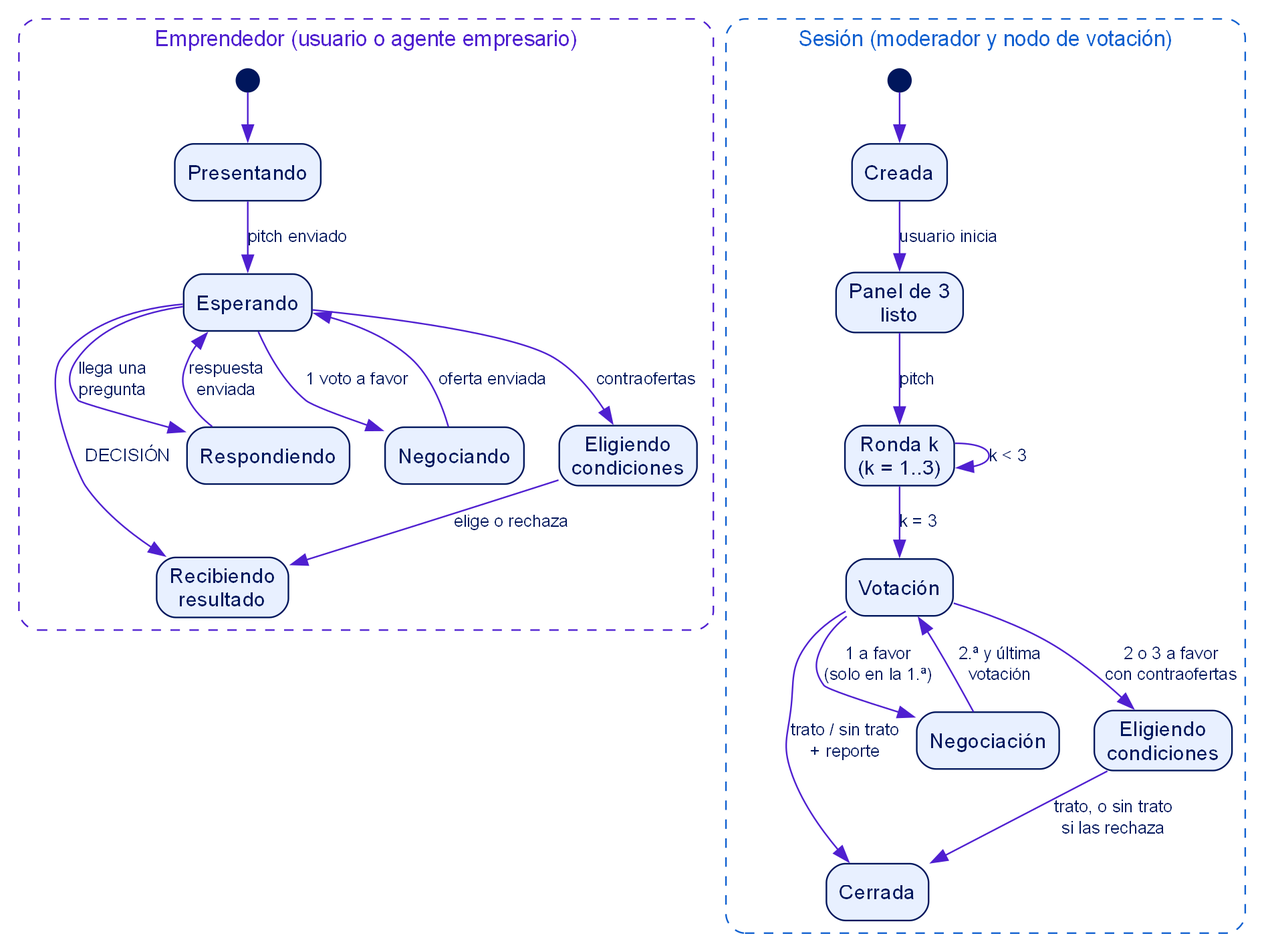
Above: docs/figuras/f08_estados_emprendedor_sesion.png in albertolopezb/NeuralHub (Graphviz), before the change. Its source is kept beside it as docs/figuras/f08_estados_emprendedor_sesion.dot.
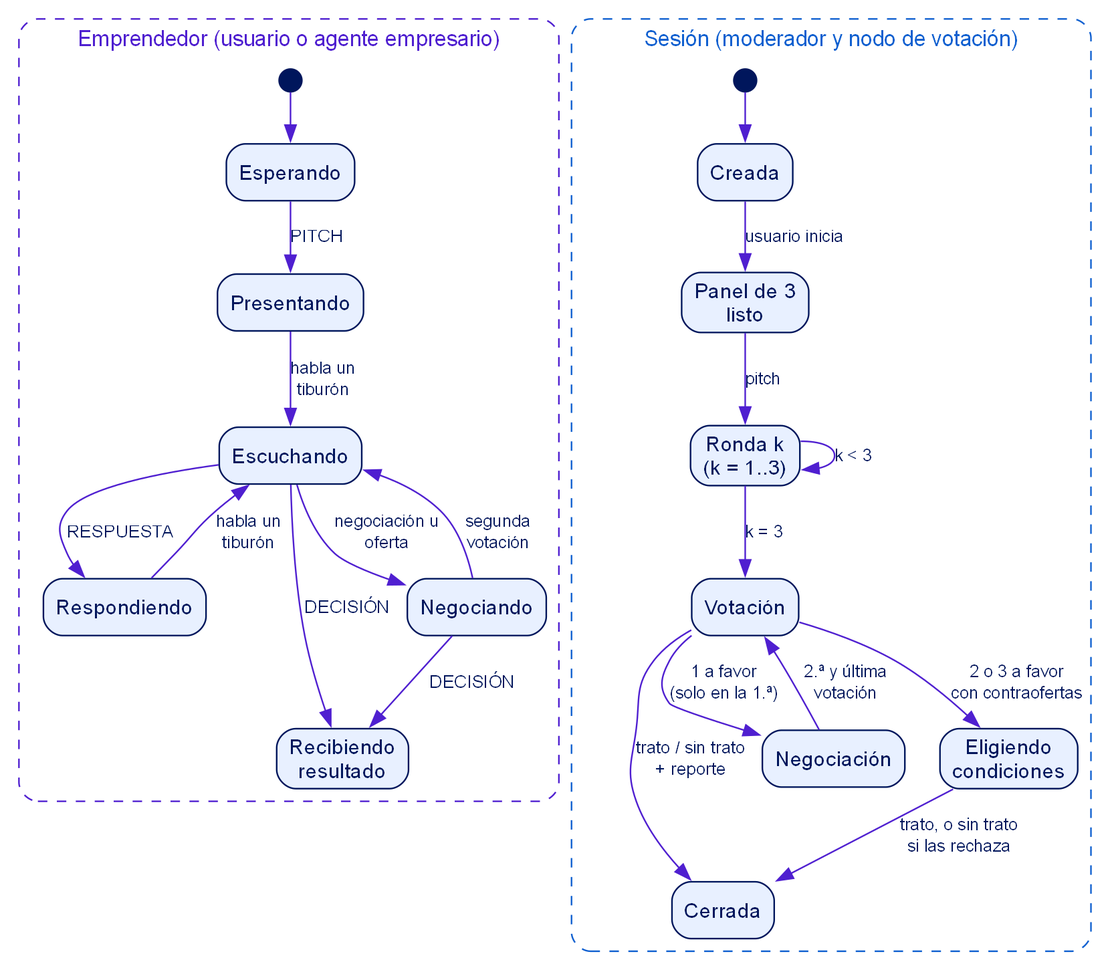
After the change.

Commit message:
Estados del emprendedor según el código y detalles de formato

Diff of the diagram source:
```diff
@@ -1,7 +1,12 @@
 digraph G{ bgcolor=white; fontname="Helvetica"; node[fontname="Helvetica",fontsize=13,color="#00165C",fontcolor="#00165C",style="rounded,filled",fillcolor="#E8F0FF",shape=box]; edge[fontname="Helvetica",fontsize=11,color="#4F1FD0",fontcolor="#00165C"]; rankdir=TB; nodesep=.3; ranksep=.45;
 subgraph cluster_e{label="Emprendedor (usuario o agente empresario)";fontcolor="#4F1FD0";color="#4F1FD0";style="rounded,dashed";fontname="Helvetica";
- e0[shape=circle,label="",width=.2,fillcolor="#00165C"]; Pres[label="Presentando"]; EspE[label="Esperando"]; Resp[label="Respondiendo"]; Neg[label="Negociando"]; Rec[label="Recibiendo\nresultado"];
- e0->Pres; Pres->EspE[label="pitch enviado"]; EspE->Resp[label="llega una\npregunta"]; Resp->EspE[label="respuesta\nenviada"]; EspE->Neg[label="1 voto a favor"]; Elig[label="Eligiendo\ncondiciones"]; EspE->Elig[label="contraofertas"]; Elig->Rec[label="elige o rechaza"]; Neg->EspE[label="oferta enviada"]; EspE->Rec[label="DECISIÓN"];}
+ e0[shape=circle,label="",width=.2,fillcolor="#00165C"]; EspE[label="Esperando"]; Pres[label="Presentando"]; Escu[label="Escuchando"]; Resp[label="Respondiendo"]; Neg[label="Negociando"]; Rec[label="Recibiendo
+resultado"];
+ e0->EspE; EspE->Pres[label="PITCH"]; Pres->Escu[label="habla un
+tiburón"]; Escu->Resp[label="RESPUESTA"]; Resp->Escu[label="habla un
+tiburón"]; Escu->Neg[label="negociación u
+oferta"]; Neg->Escu[label="segunda
+votación"]; Neg->Rec[label="DECISIÓN"]; Escu->Rec[label="DECISIÓN"];}
 subgraph cluster_s{label="Sesión (moderador y nodo de votación)";fontcolor="#1060D0";color="#1060D0";style="rounded,dashed";fontname="Helvetica";
  s0[shape=circle,label="",width=.2,fillcolor="#00165C"]; Cre[label="Creada"]; Pan[label="Panel de 3\nlisto"]; Ron[label="Ronda k\n(k = 1..3)"]; Vot[label="Votación"]; Ngc[label="Negociación"]; Cer[label="Cerrada"];
  s0->Cre; Cre->Pan[label="usuario inicia"]; Pan->Ron[label="pitch"]; Ron->Ron[label="k < 3"]; Ron->Vot[label="k = 3"]; Vot->Ngc[label="1 a favor\n(solo en la 1.ª)"]; Ngc->Vot[label="2.ª y última\nvotación"]; Eli[label="Eligiendo\ncondiciones"]; Vot->Eli[label="2 o 3 a favor\ncon contraofertas"]; Eli->Cer[label="trato, o sin trato\nsi las rechaza"]; Vot->Cer[label="trato / sin trato\n+ reporte"];}
```
